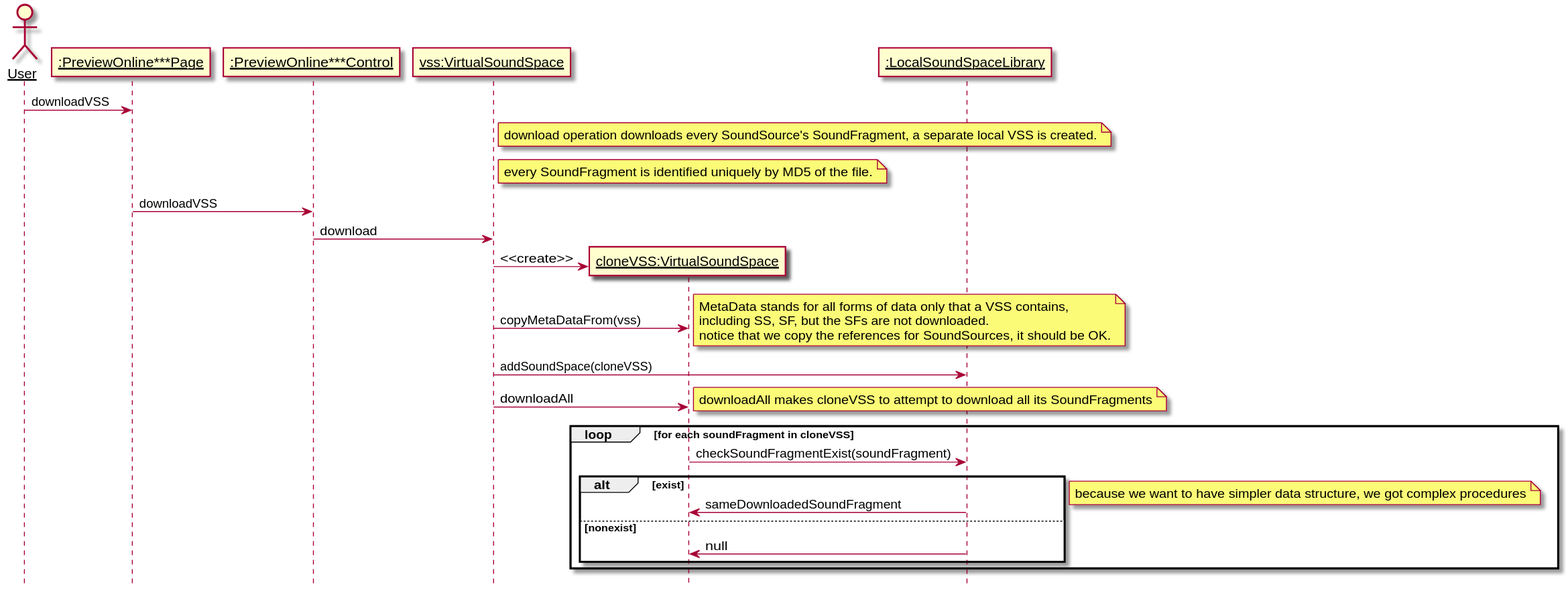
The PlantUML diagram 需求定义和分析/DownloadVSS.svg in kpp19920121/doc, before a commit.
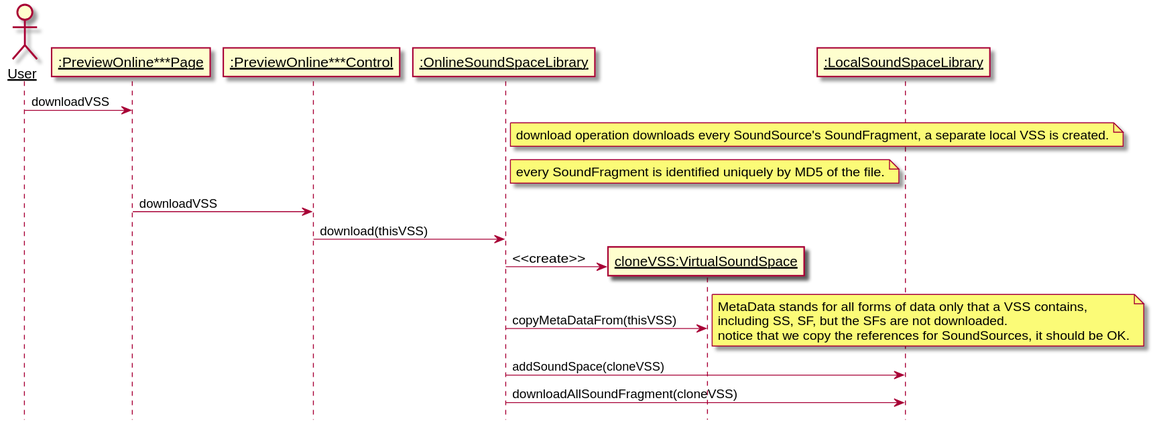
Later version of the same file.

Diff of the diagram source:
```diff
@@ -4,38 +4,25 @@
 actor User as user
 participant ":PreviewOnline***Page" as page
 participant ":PreviewOnline***Control" as control
-participant "vss:VirtualSoundSpace" as vss
+participant ":OnlineSoundSpaceLibrary" as onlinelib
 participant "cloneVSS:VirtualSoundSpace" as clone
 participant ":LocalSoundSpaceLibrary" as library
 user -> page: downloadVSS
-note right of vss: download operation downloads every SoundSource's SoundFragment, a separate local VSS is created.
-note right of vss: every SoundFragment is identified uniquely by MD5 of the file.
+note right of onlinelib: download operation downloads every SoundSource's SoundFragment, a separate local VSS is created.
+note right of onlinelib: every SoundFragment is identified uniquely by MD5 of the file.
 page -> control: downloadVSS
-control -> vss: download
+control -> onlinelib: download(thisVSS)
 create clone
-vss -> clone: <<create>>
-vss -> clone: copyMetaDataFrom(vss)
+onlinelib -> clone: <<create>>
+onlinelib -> clone: copyMetaDataFrom(thisVSS)
 note right
 MetaData stands for all forms of data only that a VSS contains,
 including SS, SF, but the SFs are not downloaded.
 notice that we copy the references for SoundSources, it should be OK.
 end note
-vss -> library: addSoundSpace(cloneVSS)
-vss -> clone: downloadAll
-note right
-downloadAll makes cloneVSS to attempt to download all its SoundFragments
-end note
-loop for each soundFragment in cloneVSS
-    clone -> library: checkSoundFragmentExist(soundFragment)
-    alt exist
-        library -> clone: sameDownloadedSoundFragment
-    else nonexist
-        library -> clone: null
-    end
-    note right
-        because we want to have simpler data structure, we got complex procedures
-    end note
-end
+onlinelib -> library: addSoundSpace(cloneVSS)
+onlinelib -> library: downloadAllSoundFragment(cloneVSS)
+
 
 
 
```
